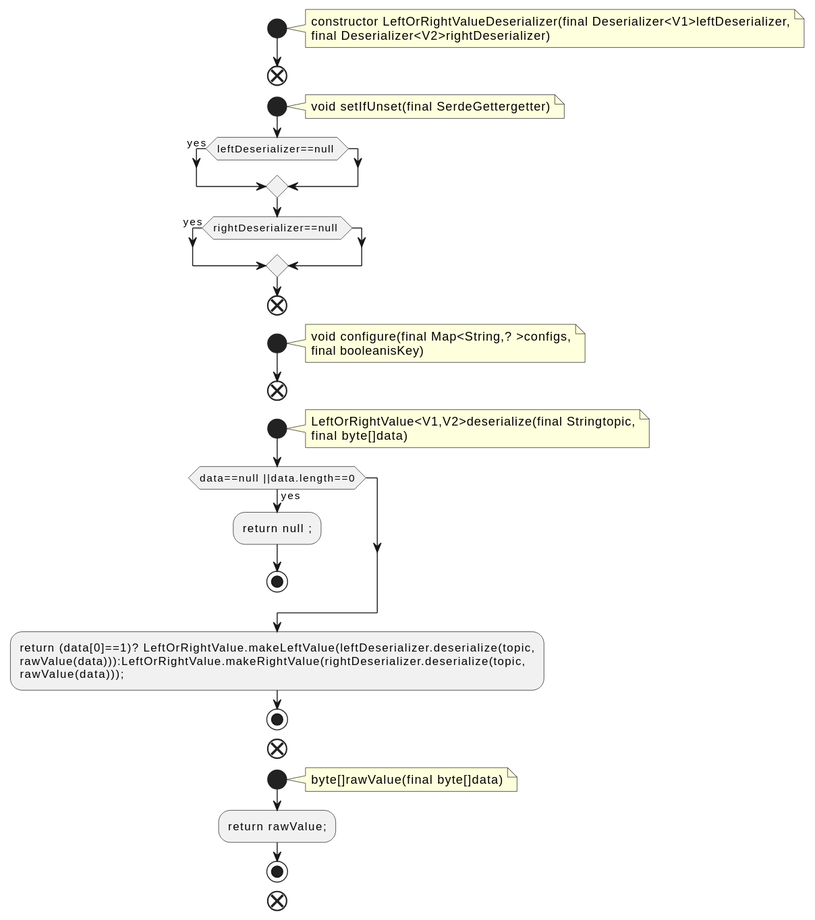
This is docs/qc/streams/src/main/java/org/apache/kafka/streams/state/internals/LeftOrRightValueDeserializer.java.fct.svg from qualitesys/kafka, a PlantUML export, as it was before one commit.
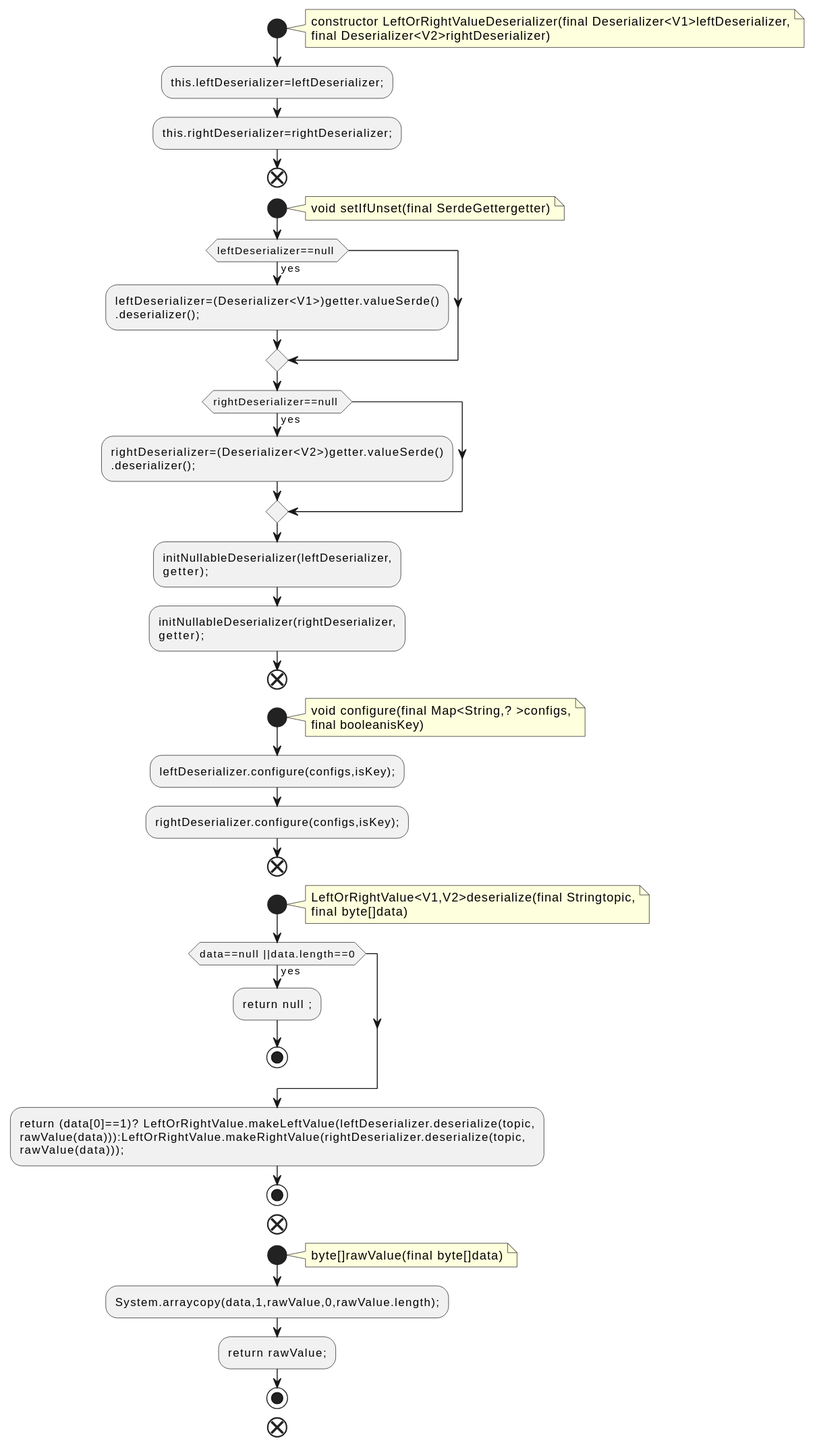
Later version of the same file.

Diff of the diagram source:
```diff
@@ -5,21 +5,33 @@
 constructor LeftOrRightValueDeserializer(final Deserializer<V1>leftDeserializer,
 final Deserializer<V2>rightDeserializer)
 end note
+:this.leftDeserializer=leftDeserializer;;
+:this.rightDeserializer=rightDeserializer;;
 end
 start
 note right
 void setIfUnset(final SerdeGettergetter)
 end note
 if (leftDeserializer==null ) then (yes)
+:leftDeserializer=(Deserializer<V1>)getter.valueSerde()
+.deserializer();;
 endif
 if (rightDeserializer==null ) then (yes)
+:rightDeserializer=(Deserializer<V2>)getter.valueSerde()
+.deserializer();;
 endif
+:initNullableDeserializer(leftDeserializer,
+getter);;
+:initNullableDeserializer(rightDeserializer,
+getter);;
 end
 start
 note right
 void configure(final Map<String,? >configs,
 final booleanisKey)
 end note
+:leftDeserializer.configure(configs,isKey);;
+:rightDeserializer.configure(configs,isKey);;
 end
 start
 note right
@@ -39,6 +51,7 @@
 note right
 byte[]rawValue(final byte[]data)
 end note
+:System.arraycopy(data,1,rawValue,0,rawValue.length);;
 :return rawValue;;
 stop
 end
```
